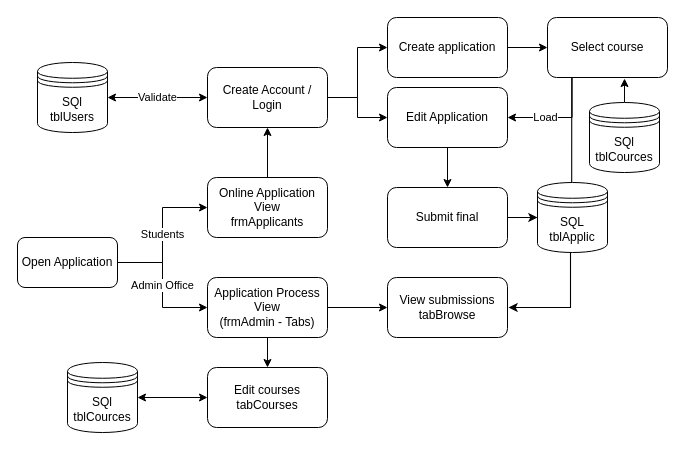
The draw.io diagram Phase1/flow diagram.drawio in benricok/Delphi-PAT2022-Gr12, before the edit. Source tidied: cells renumbered, new cells numbered last; positions are measured from the earlier drawing's top-left corner, leaving out a move shared by most shapes. Both pictures are drawn from the tidied source at 100%, with x=0, y=0 at pixel (17, 17).
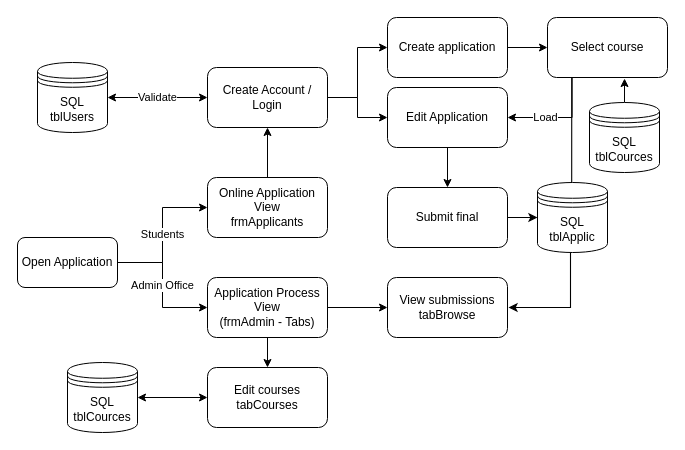
The same diagram, later.

Diff of the diagram source:
```diff
@@
-    <mxCell id="19" value="SQl&lt;br&gt;tblUsers" style="shape=datastore;whiteSpace=wrap;html=1;" parent="1" vertex="1">
+    <mxCell id="19" value="SQL&lt;br&gt;tblUsers" style="shape=datastore;whiteSpace=wrap;html=1;" parent="1" vertex="1">
       <mxGeometry x="20" y="45" width="70" height="70" as="geometry" />
     </mxCell>
@@
-    <mxCell id="30" value="SQl&lt;br&gt;tblCources" style="shape=datastore;whiteSpace=wrap;html=1;" parent="1" vertex="1">
+    <mxCell id="30" value="SQL&lt;br&gt;tblCources" style="shape=datastore;whiteSpace=wrap;html=1;" parent="1" vertex="1">
       <mxGeometry x="572" y="85" width="70" height="70" as="geometry" />
     </mxCell>
-    <mxCell id="31" value="SQl&lt;br&gt;tblCources" style="shape=datastore;whiteSpace=wrap;html=1;" parent="1" vertex="1">
+    <mxCell id="31" value="SQL&lt;br&gt;tblCources" style="shape=datastore;whiteSpace=wrap;html=1;" parent="1" vertex="1">
       <mxGeometry x="50" y="345" width="70" height="70" as="geometry" />
     </mxCell>
```
